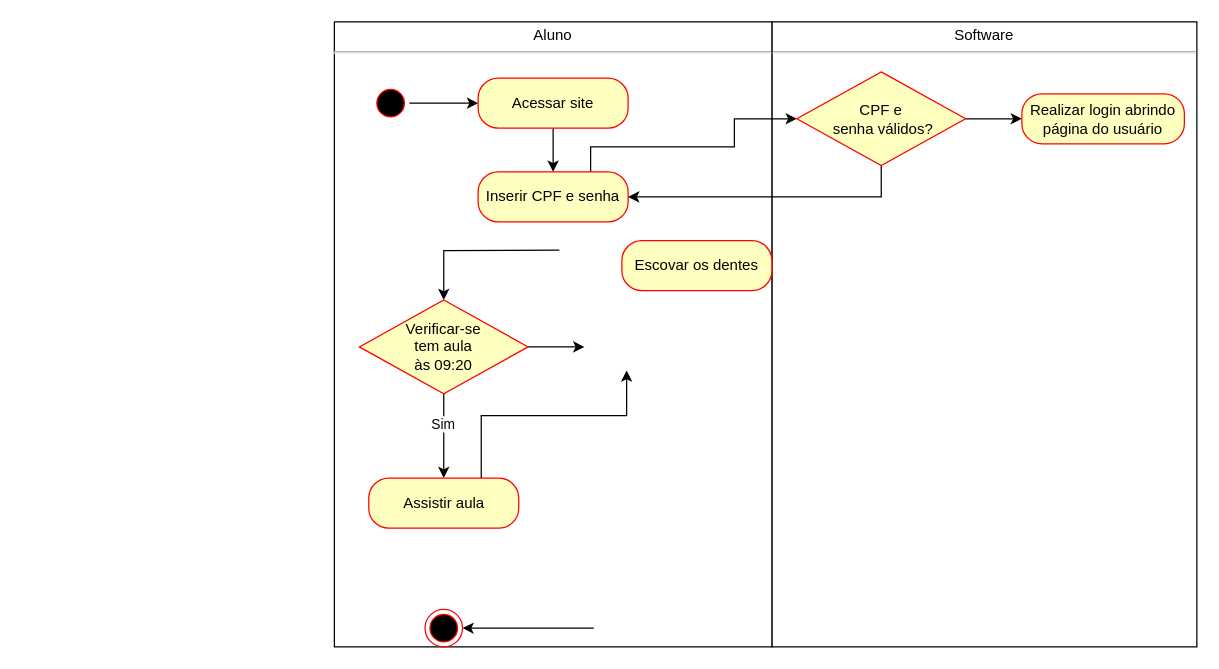
Earlier version of the draw.io diagram Questão 03 - P2.drawio (bruniculos08/AMS0001). Source tidied: cells renumbered, new cells numbered last; positions are measured from the earlier drawing's top-left corner, leaving out a move shared by most shapes. Both pictures are drawn from the tidied source at 125%, with x=0, y=0 at pixel (334, 21).
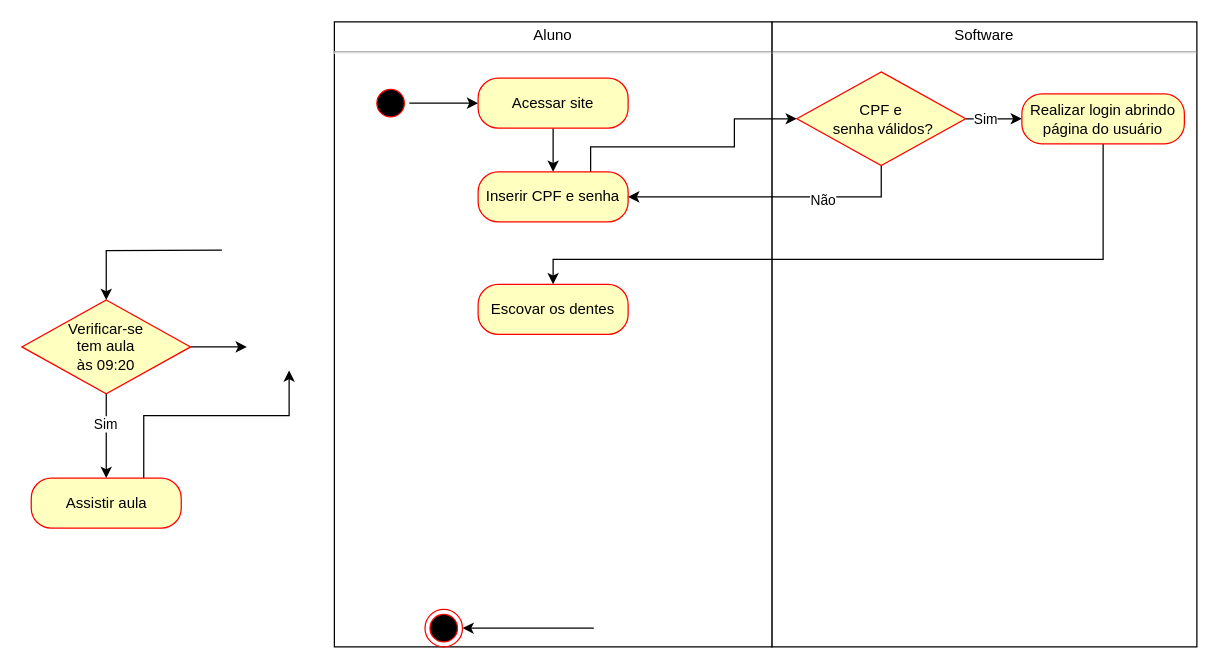
Above is the later version.

Unchanged cells that the change refers to:
```xml
<mxCell id="20" style="edgeStyle=orthogonalEdgeStyle;rounded=0;jettySize=auto;html=1;exitX=0.5;exitY=1;exitDx=0;exitDy=0;entryX=1;entryY=0.5;entryDx=0;entryDy=0;" parent="1" edge="1" source="22" target="19">
  <mxGeometry relative="1" as="geometry" />
</mxCell>
<mxCell id="21" style="edgeStyle=orthogonalEdgeStyle;rounded=0;jettySize=auto;html=1;exitX=1;exitY=0.5;exitDx=0;exitDy=0;entryX=0;entryY=0.5;entryDx=0;entryDy=0;" parent="1" edge="1" source="22" target="23">
  <mxGeometry relative="1" as="geometry" />
</mxCell>
<mxCell id="23" value="Realizar login abrindo&lt;br&gt;página do usuário" style="rounded=1;whiteSpace=wrap;html=1;arcSize=40;fontColor=#000000;fillColor=#ffffc0;strokeColor=#ff0000;" parent="1" vertex="1">
  <mxGeometry x="550" y="57.5" width="130" height="40" as="geometry" />
</mxCell>
```

Diff of the diagram source:
```diff
@@
     <mxCell id="8" value="Escovar os dentes" style="rounded=1;whiteSpace=wrap;html=1;arcSize=40;fontColor=#000000;fillColor=#ffffc0;strokeColor=#ff0000;" parent="1" vertex="1">
-      <mxGeometry x="230" y="175" width="120" height="40" as="geometry" />
+      <mxGeometry x="115" y="210" width="120" height="40" as="geometry" />
     </mxCell>
     <mxCell id="9" style="edgeStyle=orthogonalEdgeStyle;rounded=0;jettySize=auto;html=1;exitX=0;exitY=0.5;exitDx=0;exitDy=0;entryX=0.5;entryY=0;entryDx=0;entryDy=0;" parent="1" edge="1" target="13">
       <mxGeometry relative="1" as="geometry">
-        <mxPoint x="180" y="182.5" as="sourcePoint" />
+        <mxPoint x="-90" y="182.5" as="sourcePoint" />
       </mxGeometry>
     </mxCell>
     <mxCell id="10" style="edgeStyle=orthogonalEdgeStyle;rounded=0;jumpStyle=sharp;jettySize=auto;html=1;exitX=1;exitY=0.5;exitDx=0;exitDy=0;entryX=0;entryY=0.5;entryDx=0;entryDy=0;" parent="1" edge="1" source="13">
       <mxGeometry relative="1" as="geometry">
-        <mxPoint x="200" y="260" as="targetPoint" />
+        <mxPoint x="-70" y="260" as="targetPoint" />
       </mxGeometry>
     </mxCell>
     <mxCell id="11" style="edgeStyle=orthogonalEdgeStyle;rounded=0;jumpStyle=sharp;jettySize=auto;html=1;exitX=0.5;exitY=1;exitDx=0;exitDy=0;entryX=0.5;entryY=0;entryDx=0;entryDy=0;" parent="1" edge="1" source="13" target="15">
       <mxGeometry relative="1" as="geometry">
         <Array as="points">
-          <mxPoint x="88" y="305" />
-          <mxPoint x="88" y="305" />
+          <mxPoint x="-182" y="305" />
+          <mxPoint x="-182" y="305" />
         </Array>
       </mxGeometry>
     </mxCell>
@@
     <mxCell id="13" value="Verificar-se &lt;br&gt;tem aula&lt;br&gt;às 09:20" style="rhombus;whiteSpace=wrap;html=1;fillColor=#ffffc0;strokeColor=#ff0000;" parent="1" vertex="1">
-      <mxGeometry x="20" y="222.5" width="135" height="75" as="geometry" />
+      <mxGeometry x="-250" y="222.5" width="135" height="75" as="geometry" />
     </mxCell>
     <mxCell id="14" style="edgeStyle=orthogonalEdgeStyle;rounded=0;jumpStyle=sharp;jettySize=auto;html=1;exitX=0.75;exitY=0;exitDx=0;exitDy=0;entryX=0;entryY=1;entryDx=0;entryDy=0;" parent="1" edge="1" source="15">
       <mxGeometry relative="1" as="geometry">
-        <mxPoint x="233.8" y="278.8" as="targetPoint" />
+        <mxPoint x="-36.2" y="278.8" as="targetPoint" />
         <Array as="points">
-          <mxPoint x="118" y="315" />
-          <mxPoint x="234" y="315" />
+          <mxPoint x="-152" y="315" />
+          <mxPoint x="-36" y="315" />
         </Array>
       </mxGeometry>
     </mxCell>
     <mxCell id="15" value="Assistir aula" style="rounded=1;whiteSpace=wrap;html=1;arcSize=40;fontColor=#000000;fillColor=#ffffc0;strokeColor=#ff0000;" parent="1" vertex="1">
-      <mxGeometry x="27.5" y="365" width="120" height="40" as="geometry" />
+      <mxGeometry x="-242.5" y="365" width="120" height="40" as="geometry" />
     </mxCell>
@@
+    <mxCell id="24" value="Não" style="edgeLabel;html=1;align=center;verticalAlign=middle;" parent="20" vertex="1">
+      <mxGeometry x="-0.37" y="2" relative="1" as="geometry" />
+    </mxCell>
@@
+    <mxCell id="25" value="Sim" style="edgeLabel;html=1;align=center;verticalAlign=middle;" parent="21" vertex="1">
+      <mxGeometry x="-0.72" relative="1" as="geometry">
+        <mxPoint x="9" as="offset" />
+      </mxGeometry>
+    </mxCell>
@@
+    <mxCell id="26" style="edgeStyle=orthogonalEdgeStyle;rounded=0;jettySize=auto;html=1;exitX=0.5;exitY=1;exitDx=0;exitDy=0;entryX=0.5;entryY=0;entryDx=0;entryDy=0;" parent="1" edge="1" source="23" target="8">
+      <mxGeometry relative="1" as="geometry">
+        <Array as="points">
+          <mxPoint x="615" y="190" />
+          <mxPoint x="175" y="190" />
+        </Array>
+      </mxGeometry>
+    </mxCell>
```
